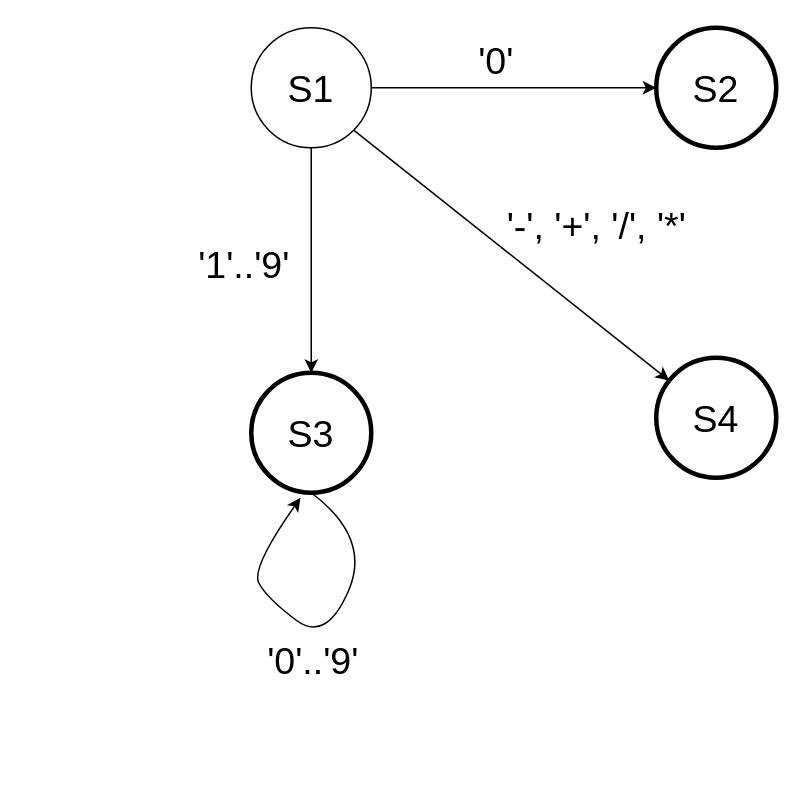
This is img/automata_for_lexical_analyzer.drawio from DamirJann/math-parser, a draw.io file, before an edit. Source tidied: cells renumbered, new cells numbered last; positions are measured from the earlier drawing's top-left corner, leaving out a move shared by most shapes. Both pictures are drawn from the tidied source at 150%, with x=0, y=0 at pixel (250, 27).
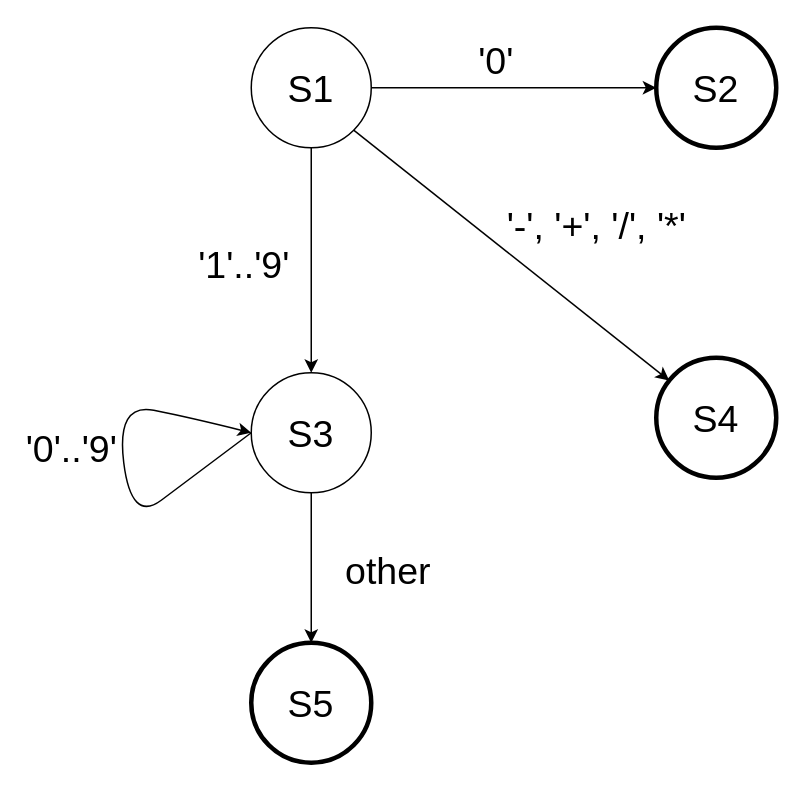
After the change.

Change to the diagram source:
```diff
@@
+    <mxCell id="14" style="edgeStyle=orthogonalEdgeStyle;rounded=0;jettySize=auto;html=1;entryX=0.5;entryY=0;entryDx=0;entryDy=0;" parent="1" edge="1" source="7" target="15">
+      <mxGeometry relative="1" as="geometry">
+        <Array as="points">
+          <mxPoint x="40" y="390" />
+        </Array>
+      </mxGeometry>
+    </mxCell>
-    <mxCell id="7" value="&lt;font style=&quot;font-size: 25px&quot;&gt;S3&lt;/font&gt;" style="ellipse;whiteSpace=wrap;html=1;strokeWidth=3;" parent="1" vertex="1">
+    <mxCell id="7" value="&lt;font style=&quot;font-size: 25px&quot;&gt;S3&lt;/font&gt;" style="ellipse;whiteSpace=wrap;html=1;strokeWidth=1;" parent="1" vertex="1">
       <mxGeometry y="230" width="80" height="80" as="geometry" />
     </mxCell>
@@
-    <mxCell id="11" style="curved=1;endArrow=classic;html=1;rounded=0;fontSize=25;exitX=0.5;exitY=1;exitDx=0;exitDy=0;entryX=0.41;entryY=1.042;entryDx=0;entryDy=0;entryPerimeter=0;" parent="1" edge="1" source="7" target="7">
+    <mxCell id="11" style="curved=1;endArrow=classic;html=1;rounded=0;fontSize=25;exitX=0;exitY=0.5;exitDx=0;exitDy=0;" parent="1" edge="1" source="7">
       <mxGeometry relative="1" as="geometry">
+        <mxPoint y="270" as="targetPoint" />
         <Array as="points">
-          <mxPoint x="80" y="340" />
-          <mxPoint x="50" y="410" />
-          <mxPoint x="10" y="380" />
-          <mxPoint y="360" />
+          <mxPoint x="-40" y="300" />
+          <mxPoint x="-80" y="330" />
+          <mxPoint x="-90" y="250" />
+          <mxPoint x="-40" y="260" />
         </Array>
       </mxGeometry>
     </mxCell>
     <mxCell id="12" value="'0'..'9'" style="edgeLabel;html=1;align=center;verticalAlign=middle;fontSize=25;" parent="11" vertex="1">
       <mxGeometry x="0.09" y="-5" relative="1" as="geometry">
-        <mxPoint x="-2" y="22" as="offset" />
+        <mxPoint x="-39" y="-1" as="offset" />
       </mxGeometry>
     </mxCell>
@@
+    <mxCell id="15" value="&lt;font style=&quot;font-size: 25px&quot;&gt;S5&lt;/font&gt;" style="ellipse;whiteSpace=wrap;html=1;shadow=0;gradientColor=none;strokeWidth=3;" parent="1" vertex="1">
+      <mxGeometry y="410" width="80" height="80" as="geometry" />
+    </mxCell>
+    <mxCell id="16" value="other" style="edgeLabel;html=1;align=center;verticalAlign=middle;fontSize=25;" parent="1" vertex="1">
+      <mxGeometry x="90" y="360" as="geometry" />
+    </mxCell>
```
